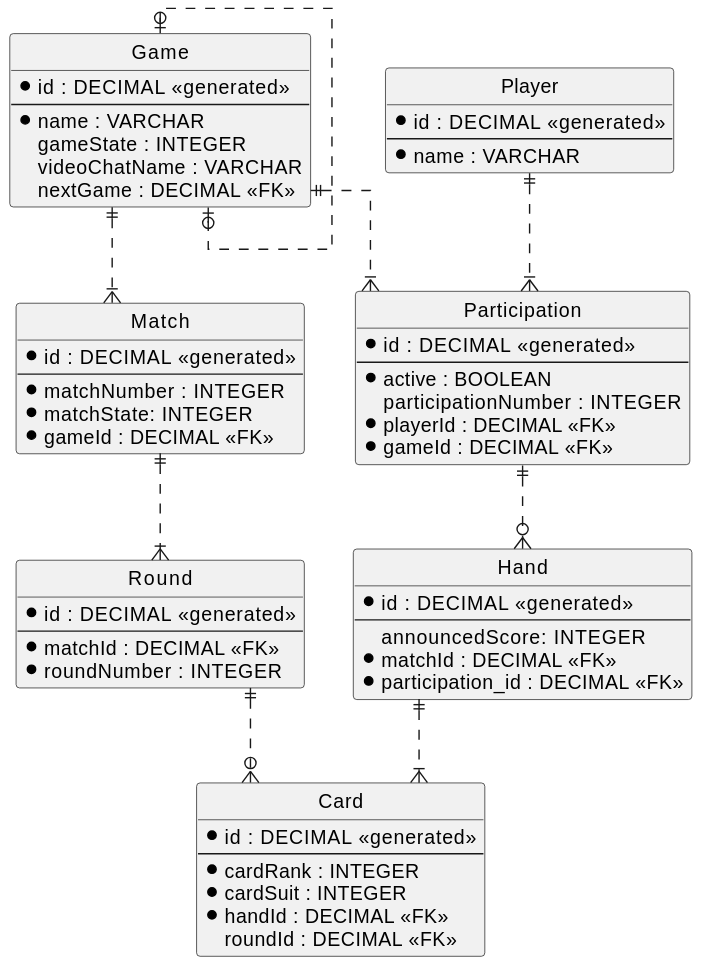
sopra-fs22-group-36/screw-your-neighbor-server keeps this PlantUML diagram as pr145-db_schema.svg. Above is the earlier version. The source it was exported from:
```plantuml
@startuml

hide circle

skinparam linetype ortho

entity "Card" as card {
  *id : DECIMAL <<generated>>
  --
  *cardRank : INTEGER
  *cardSuit : INTEGER
  *handId : DECIMAL <<FK>>
  roundId : DECIMAL <<FK>>
}

entity "Game" as game {
  *id : DECIMAL <<generated>>
  --
  *name : VARCHAR
  gameState : INTEGER
  videoChatName : VARCHAR
  nextGame : DECIMAL <<FK>>
}

entity "Hand" as hand {
  *id : DECIMAL <<generated>>
  --
  announcedScore: INTEGER
  *matchId : DECIMAL <<FK>>
  *participation_id : DECIMAL <<FK>>
}

entity "Match" as match {
  *id : DECIMAL <<generated>>
  --
  *matchNumber : INTEGER
  *matchState: INTEGER
  *gameId : DECIMAL <<FK>>
}

entity "Participation" as participation {
  *id : DECIMAL <<generated>>
  --
  *active : BOOLEAN
  participationNumber : INTEGER
  *playerId : DECIMAL <<FK>>
  *gameId : DECIMAL <<FK>>
}

entity "Player" as player {
  *id : DECIMAL <<generated>>
  --
  *name : VARCHAR
}

entity "Round" as round {
  *id : DECIMAL <<generated>>
  --
  *matchId : DECIMAL <<FK>>
  *roundNumber : INTEGER
}

round ||..o{ card
hand ||..|{ card
participation ||..o{ hand
game |o..o| game
game ||..|{ participation
player ||..|{ participation
match ||..|{ round
game ||..|{ match

@enduml
```
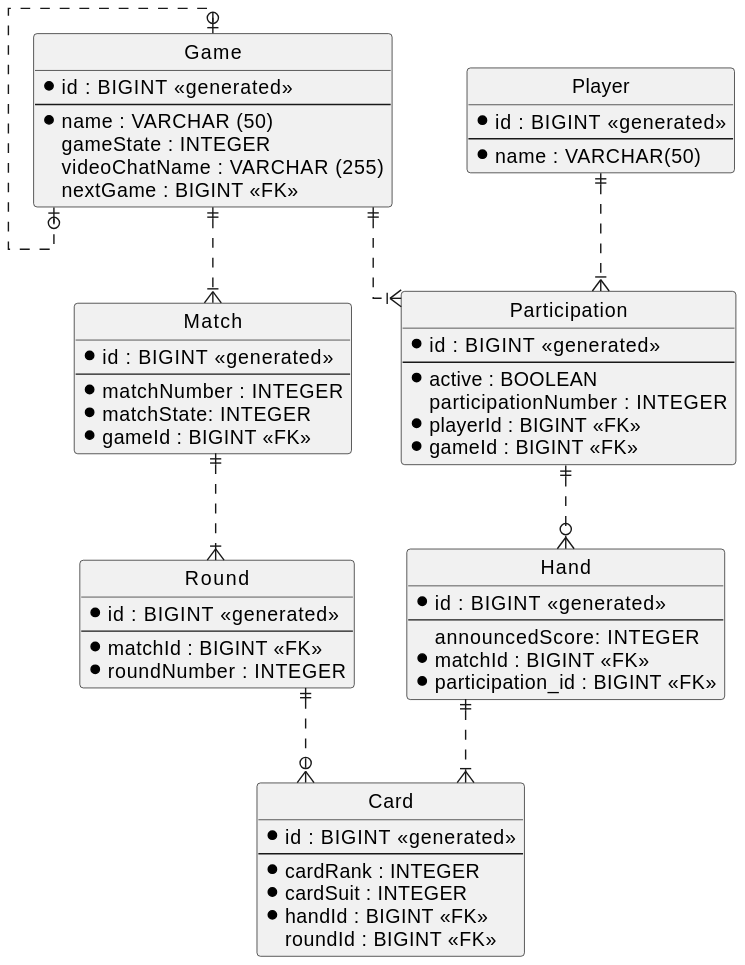
Later version of the same file.

The edit, as a diff of the source:
```diff
@@ -5,58 +5,58 @@
 skinparam linetype ortho
 
 entity "Card" as card {
-  *id : DECIMAL <<generated>>
+  *id : BIGINT <<generated>>
   --
   *cardRank : INTEGER
   *cardSuit : INTEGER
-  *handId : DECIMAL <<FK>>
-  roundId : DECIMAL <<FK>>
+  *handId : BIGINT <<FK>>
+  roundId : BIGINT <<FK>>
 }
 
 entity "Game" as game {
-  *id : DECIMAL <<generated>>
+  *id : BIGINT <<generated>>
   --
-  *name : VARCHAR
+  *name : VARCHAR (50)
   gameState : INTEGER
-  videoChatName : VARCHAR
-  nextGame : DECIMAL <<FK>>
+  videoChatName : VARCHAR (255)
+  nextGame : BIGINT <<FK>>
 }
 
 entity "Hand" as hand {
-  *id : DECIMAL <<generated>>
+  *id : BIGINT <<generated>>
   --
   announcedScore: INTEGER
-  *matchId : DECIMAL <<FK>>
-  *participation_id : DECIMAL <<FK>>
+  *matchId : BIGINT <<FK>>
+  *participation_id : BIGINT <<FK>>
 }
 
 entity "Match" as match {
-  *id : DECIMAL <<generated>>
+  *id : BIGINT <<generated>>
   --
   *matchNumber : INTEGER
   *matchState: INTEGER
-  *gameId : DECIMAL <<FK>>
+  *gameId : BIGINT <<FK>>
 }
 
 entity "Participation" as participation {
-  *id : DECIMAL <<generated>>
+  *id : BIGINT <<generated>>
   --
   *active : BOOLEAN
   participationNumber : INTEGER
-  *playerId : DECIMAL <<FK>>
-  *gameId : DECIMAL <<FK>>
+  *playerId : BIGINT <<FK>>
+  *gameId : BIGINT <<FK>>
 }
 
 entity "Player" as player {
-  *id : DECIMAL <<generated>>
+  *id : BIGINT <<generated>>
   --
-  *name : VARCHAR
+  *name : VARCHAR(50)
 }
 
 entity "Round" as round {
-  *id : DECIMAL <<generated>>
+  *id : BIGINT <<generated>>
   --
-  *matchId : DECIMAL <<FK>>
+  *matchId : BIGINT <<FK>>
   *roundNumber : INTEGER
 }
 
```
